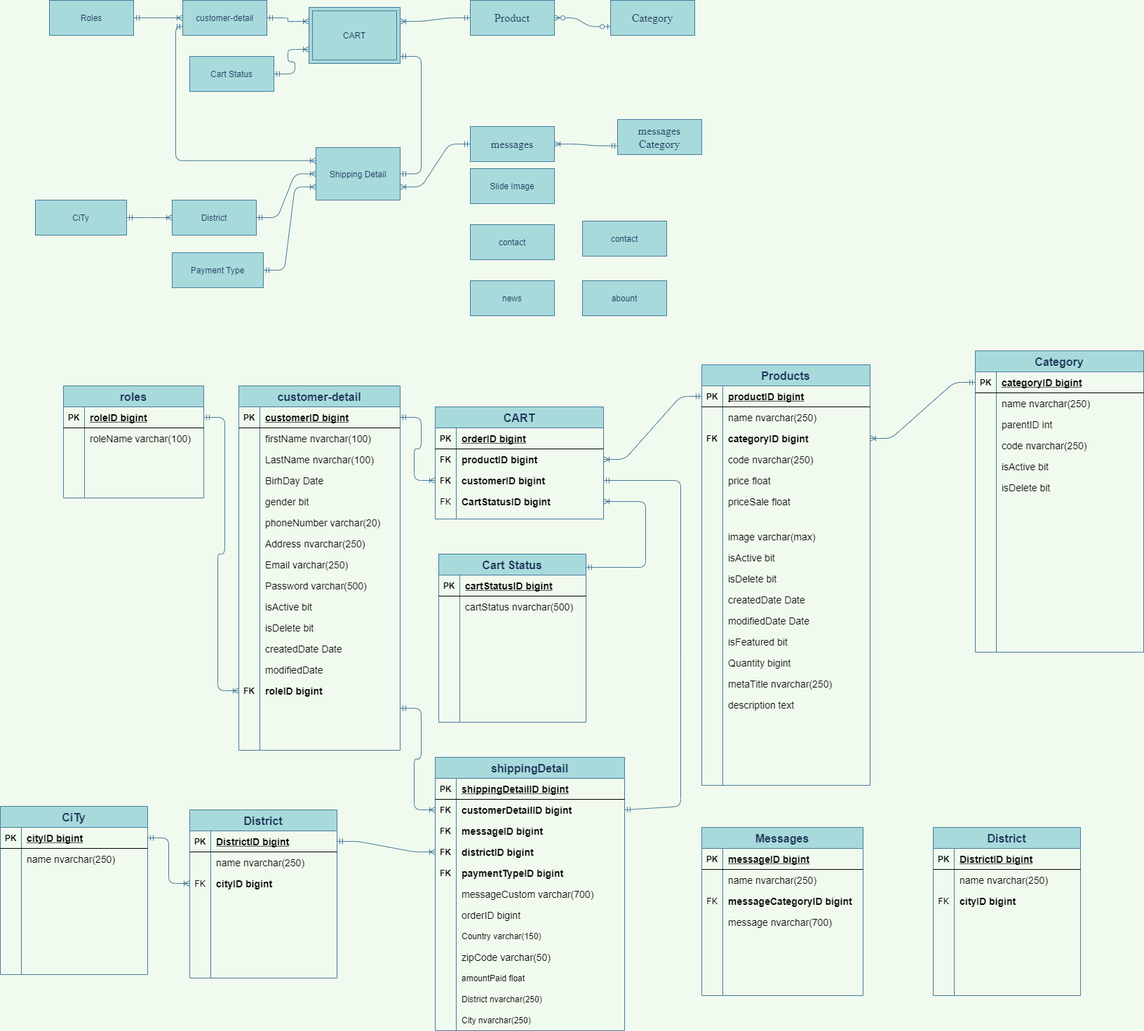
maialino123/Eproject-SEM3 keeps this draw.io diagram as Untitled Diagram.png. Above is the earlier version. Source tidied: cells renumbered, new cells last; positions are measured from the earlier drawing's top-left corner, leaving out a move shared by most shapes.
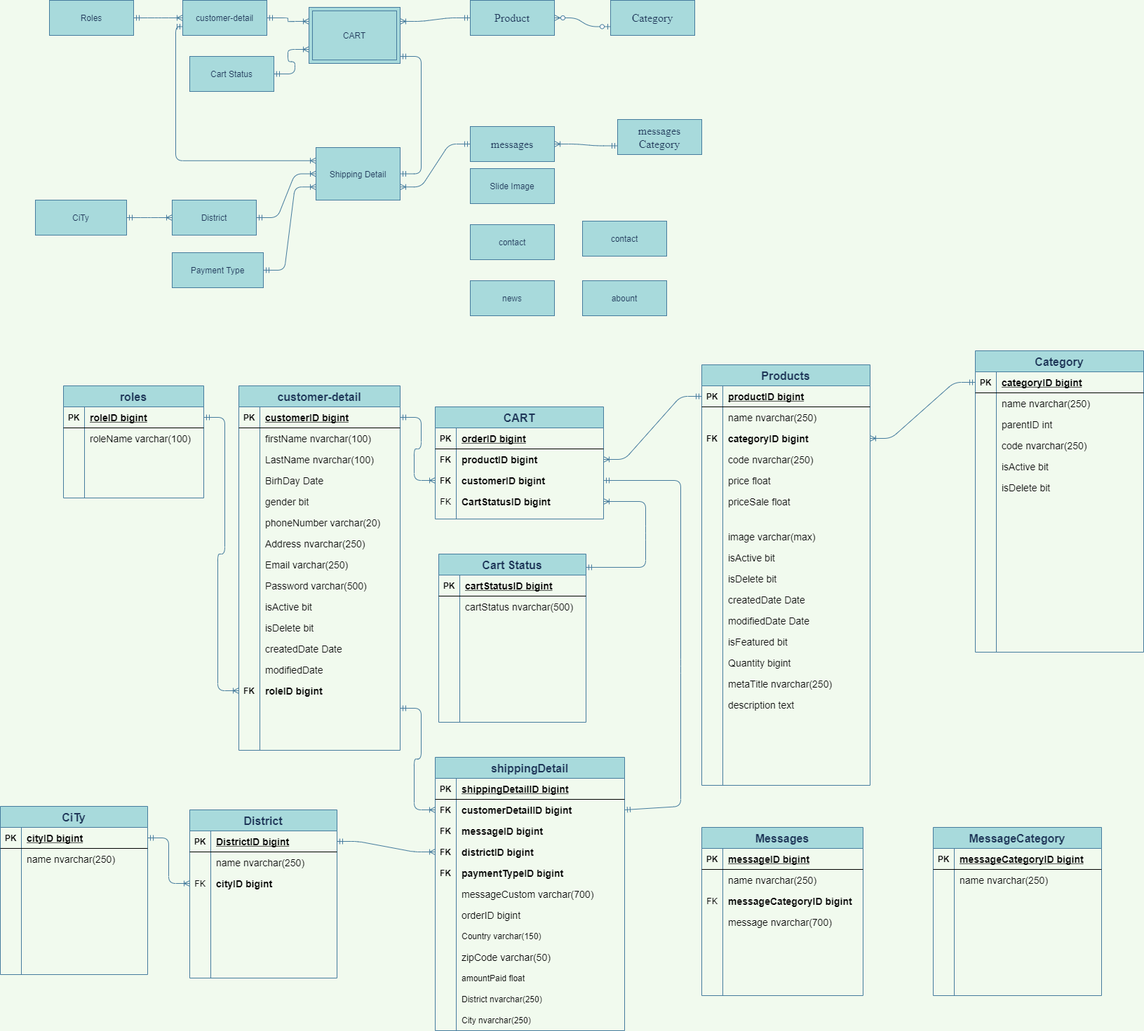
After the change.

What changed in the source:
```diff
@@ -924,71 +924,71 @@
     <mxCell id="303" style="shape=partialRectangle;fillColor=none;top=0;left=0;bottom=0;right=0;align=left;spacingLeft=6;overflow=hidden;" parent="301" vertex="1">
       <mxGeometry x="30" width="200" height="30" as="geometry" />
     </mxCell>
-    <mxCell id="304" value="District" style="shape=table;startSize=30;rowLines=0;fontStyle=1;align=center;rounded=0;sketch=0;fontColor=#1D3557;strokeColor=#457B9D;fillColor=#A8DADC;fontSize=16;" parent="1" vertex="1">
-      <mxGeometry x="1330" y="1180" width="210" height="240" as="geometry" />
+    <mxCell id="304" value="MessageCategory" style="shape=table;startSize=30;rowLines=0;fontStyle=1;align=center;rounded=0;sketch=0;fontColor=#1D3557;strokeColor=#457B9D;fillColor=#A8DADC;fontSize=16;" parent="1" vertex="1">
+      <mxGeometry x="1330" y="1180" width="240" height="240" as="geometry" />
     </mxCell>
     <mxCell id="305" style="shape=partialRectangle;fillColor=none;top=0;left=0;bottom=1;right=0;" parent="304" vertex="1">
-      <mxGeometry y="30" width="210" height="30" as="geometry" />
+      <mxGeometry y="30" width="240" height="30" as="geometry" />
     </mxCell>
     <mxCell id="306" value="PK" style="shape=partialRectangle;fillColor=none;top=0;left=0;bottom=0;right=0;fontStyle=1;overflow=hidden;" parent="305" vertex="1">
       <mxGeometry width="30" height="30" as="geometry" />
     </mxCell>
-    <mxCell id="307" value="DistrictID bigint" style="shape=partialRectangle;fillColor=none;top=0;left=0;bottom=0;right=0;align=left;spacingLeft=6;fontStyle=5;overflow=hidden;fontSize=14;" parent="305" vertex="1">
-      <mxGeometry x="30" width="180" height="30" as="geometry" />
+    <mxCell id="307" value="messageCategoryID bigint" style="shape=partialRectangle;fillColor=none;top=0;left=0;bottom=0;right=0;align=left;spacingLeft=6;fontStyle=5;overflow=hidden;fontSize=14;" parent="305" vertex="1">
+      <mxGeometry x="30" width="210" height="30" as="geometry" />
     </mxCell>
     <mxCell id="308" style="shape=partialRectangle;fillColor=none;top=0;left=0;bottom=0;right=0;" parent="304" vertex="1">
-      <mxGeometry y="60" width="210" height="30" as="geometry" />
+      <mxGeometry y="60" width="240" height="30" as="geometry" />
     </mxCell>
     <mxCell id="309" style="shape=partialRectangle;fillColor=none;top=0;left=0;bottom=0;right=0;overflow=hidden;" parent="308" vertex="1">
       <mxGeometry width="30" height="30" as="geometry" />
     </mxCell>
     <mxCell id="310" value="name nvarchar(250)" style="shape=partialRectangle;fillColor=none;top=0;left=0;bottom=0;right=0;align=left;spacingLeft=6;overflow=hidden;fontSize=14;" parent="308" vertex="1">
-      <mxGeometry x="30" width="180" height="30" as="geometry" />
+      <mxGeometry x="30" width="210" height="30" as="geometry" />
     </mxCell>
     <mxCell id="311" style="shape=partialRectangle;fillColor=none;top=0;left=0;bottom=0;right=0;" parent="304" vertex="1">
-      <mxGeometry y="90" width="210" height="30" as="geometry" />
+      <mxGeometry y="90" width="240" height="30" as="geometry" />
     </mxCell>
-    <mxCell id="312" value="FK" style="shape=partialRectangle;fillColor=none;top=0;left=0;bottom=0;right=0;overflow=hidden;" parent="311" vertex="1">
+    <mxCell id="312" style="shape=partialRectangle;fillColor=none;top=0;left=0;bottom=0;right=0;overflow=hidden;" parent="311" vertex="1">
       <mxGeometry width="30" height="30" as="geometry" />
     </mxCell>
-    <mxCell id="313" value="cityID bigint" style="shape=partialRectangle;fillColor=none;top=0;left=0;bottom=0;right=0;align=left;spacingLeft=6;overflow=hidden;fontStyle=1;fontSize=14;" parent="311" vertex="1">
-      <mxGeometry x="30" width="180" height="30" as="geometry" />
+    <mxCell id="313" style="shape=partialRectangle;fillColor=none;top=0;left=0;bottom=0;right=0;align=left;spacingLeft=6;overflow=hidden;fontStyle=1;fontSize=14;" parent="311" vertex="1">
+      <mxGeometry x="30" width="210" height="30" as="geometry" />
     </mxCell>
     <mxCell id="314" style="shape=partialRectangle;fillColor=none;top=0;left=0;bottom=0;right=0;" parent="304" vertex="1">
-      <mxGeometry y="120" width="210" height="30" as="geometry" />
+      <mxGeometry y="120" width="240" height="30" as="geometry" />
     </mxCell>
     <mxCell id="315" style="shape=partialRectangle;fillColor=none;top=0;left=0;bottom=0;right=0;overflow=hidden;" parent="314" vertex="1">
       <mxGeometry width="30" height="30" as="geometry" />
     </mxCell>
     <mxCell id="316" style="shape=partialRectangle;fillColor=none;top=0;left=0;bottom=0;right=0;align=left;spacingLeft=6;overflow=hidden;" parent="314" vertex="1">
-      <mxGeometry x="30" width="180" height="30" as="geometry" />
+      <mxGeometry x="30" width="210" height="30" as="geometry" />
     </mxCell>
     <mxCell id="317" style="shape=partialRectangle;fillColor=none;top=0;left=0;bottom=0;right=0;" parent="304" vertex="1">
-      <mxGeometry y="150" width="210" height="30" as="geometry" />
+      <mxGeometry y="150" width="240" height="30" as="geometry" />
     </mxCell>
     <mxCell id="318" style="shape=partialRectangle;fillColor=none;top=0;left=0;bottom=0;right=0;overflow=hidden;" parent="317" vertex="1">
       <mxGeometry width="30" height="30" as="geometry" />
     </mxCell>
     <mxCell id="319" style="shape=partialRectangle;fillColor=none;top=0;left=0;bottom=0;right=0;align=left;spacingLeft=6;overflow=hidden;" parent="317" vertex="1">
-      <mxGeometry x="30" width="180" height="30" as="geometry" />
+      <mxGeometry x="30" width="210" height="30" as="geometry" />
     </mxCell>
     <mxCell id="320" style="shape=partialRectangle;fillColor=none;top=0;left=0;bottom=0;right=0;" parent="304" vertex="1">
-      <mxGeometry y="180" width="210" height="30" as="geometry" />
+      <mxGeometry y="180" width="240" height="30" as="geometry" />
     </mxCell>
     <mxCell id="321" style="shape=partialRectangle;fillColor=none;top=0;left=0;bottom=0;right=0;overflow=hidden;" parent="320" vertex="1">
       <mxGeometry width="30" height="30" as="geometry" />
     </mxCell>
     <mxCell id="322" style="shape=partialRectangle;fillColor=none;top=0;left=0;bottom=0;right=0;align=left;spacingLeft=6;overflow=hidden;" parent="320" vertex="1">
-      <mxGeometry x="30" width="180" height="30" as="geometry" />
+      <mxGeometry x="30" width="210" height="30" as="geometry" />
     </mxCell>
     <mxCell id="323" style="shape=partialRectangle;fillColor=none;top=0;left=0;bottom=0;right=0;" parent="304" vertex="1">
-      <mxGeometry y="210" width="210" height="30" as="geometry" />
+      <mxGeometry y="210" width="240" height="30" as="geometry" />
     </mxCell>
     <mxCell id="324" style="shape=partialRectangle;fillColor=none;top=0;left=0;bottom=0;right=0;overflow=hidden;" parent="323" vertex="1">
       <mxGeometry width="30" height="30" as="geometry" />
     </mxCell>
     <mxCell id="325" style="shape=partialRectangle;fillColor=none;top=0;left=0;bottom=0;right=0;align=left;spacingLeft=6;overflow=hidden;" parent="323" vertex="1">
-      <mxGeometry x="30" width="180" height="30" as="geometry" />
+      <mxGeometry x="30" width="210" height="30" as="geometry" />
     </mxCell>
   </root>
 </mxGraphModel>
```
